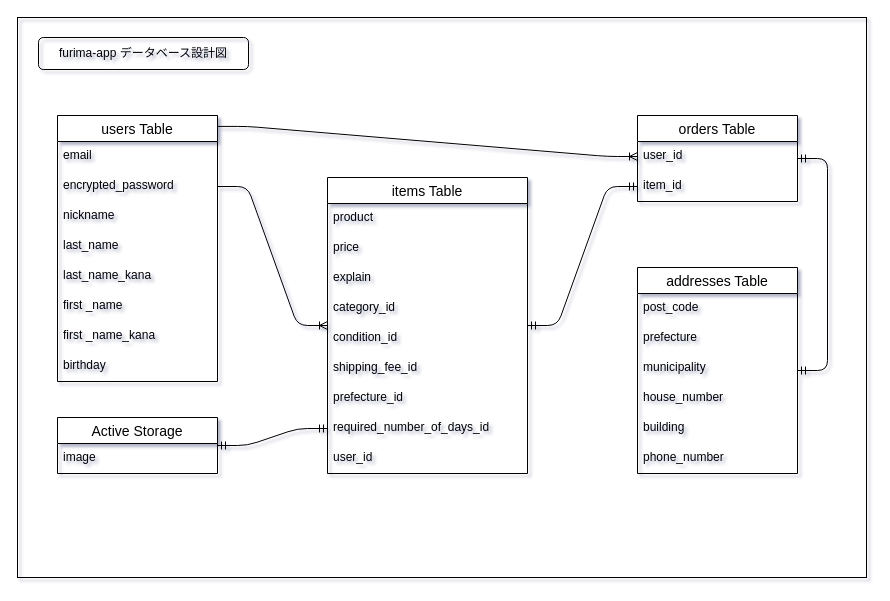
Above: データベース設計（ER図）.drawio in nagai-sho/furima-41496 (draw.io), before the change. Source tidied: cells renumbered, new cells numbered last; positions are measured from the earlier drawing's top-left corner, leaving out a move shared by most shapes. Both pictures are drawn from the tidied source at 100%, with x=0, y=0 at pixel (17, 17).
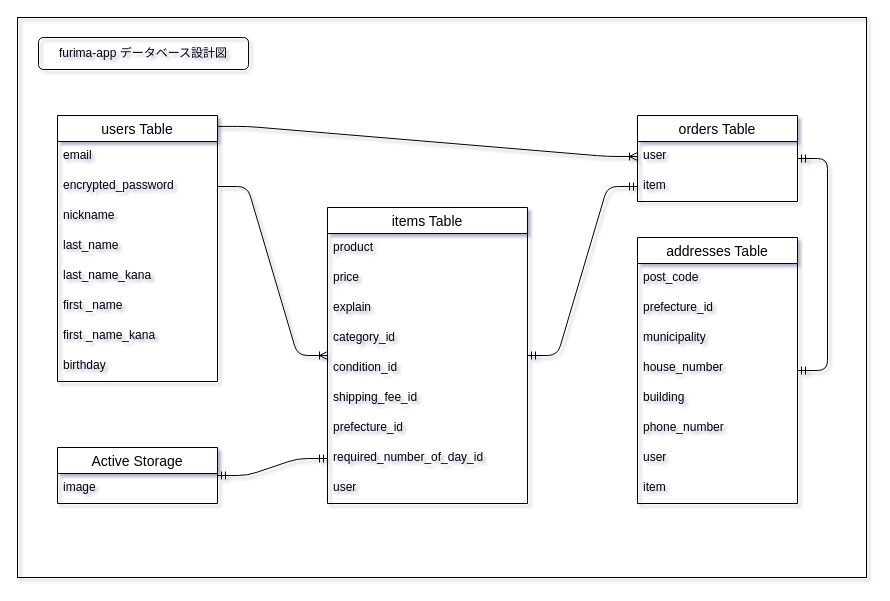
Above is the later version.

Unchanged cells that the change refers to:
```xml
<mxCell id="22" value="orders Table" style="swimlane;fontStyle=0;horizontal=1;startSize=26;align=center;fontSize=14;" parent="1" vertex="1">
  <mxGeometry x="620" y="98" width="160" height="86" as="geometry" />
</mxCell>
```

Diff of the diagram source:
```diff
@@
     <mxCell id="12" value="items Table" style="swimlane;fontStyle=0;horizontal=1;startSize=26;align=center;fontSize=14;" parent="1" vertex="1">
-      <mxGeometry x="310" y="160" width="200" height="296" as="geometry" />
+      <mxGeometry x="310" y="190" width="200" height="296" as="geometry" />
     </mxCell>
@@
-    <mxCell id="20" value="required_number_of_days_id" style="text;strokeColor=none;fillColor=none;spacingLeft=4;spacingRight=4;overflow=hidden;points=[[0,0.5],[1,0.5]];portConstraint=eastwest;fontSize=12;" parent="12" vertex="1">
+    <mxCell id="20" value="required_number_of_day_id" style="text;strokeColor=none;fillColor=none;spacingLeft=4;spacingRight=4;overflow=hidden;points=[[0,0.5],[1,0.5]];portConstraint=eastwest;fontSize=12;" parent="12" vertex="1">
       <mxGeometry y="236" width="200" height="30" as="geometry" />
     </mxCell>
-    <mxCell id="21" value="user_id" style="text;strokeColor=none;fillColor=none;spacingLeft=4;spacingRight=4;overflow=hidden;fontSize=12;" parent="12" vertex="1">
+    <mxCell id="21" value="user" style="text;strokeColor=none;fillColor=none;spacingLeft=4;spacingRight=4;overflow=hidden;fontSize=12;" parent="12" vertex="1">
       <mxGeometry y="266" width="200" height="30" as="geometry" />
     </mxCell>
@@
-    <mxCell id="23" value="user_id" style="text;strokeColor=none;fillColor=none;spacingLeft=4;spacingRight=4;overflow=hidden;points=[[0,0.5],[1,0.5]];portConstraint=eastwest;fontSize=12;" parent="22" vertex="1">
+    <mxCell id="23" value="user" style="text;strokeColor=none;fillColor=none;spacingLeft=4;spacingRight=4;overflow=hidden;points=[[0,0.5],[1,0.5]];portConstraint=eastwest;fontSize=12;" parent="22" vertex="1">
       <mxGeometry y="26" width="160" height="30" as="geometry" />
     </mxCell>
-    <mxCell id="24" value="item_id" style="text;strokeColor=none;fillColor=none;spacingLeft=4;spacingRight=4;overflow=hidden;points=[[0,0.5],[1,0.5]];portConstraint=eastwest;fontSize=12;" parent="22" vertex="1">
+    <mxCell id="24" value="item" style="text;strokeColor=none;fillColor=none;spacingLeft=4;spacingRight=4;overflow=hidden;points=[[0,0.5],[1,0.5]];portConstraint=eastwest;fontSize=12;" parent="22" vertex="1">
       <mxGeometry y="56" width="160" height="30" as="geometry" />
     </mxCell>
@@
     <mxCell id="27" value="Active Storage" style="swimlane;fontStyle=0;horizontal=1;startSize=26;align=center;fontSize=14;" parent="1" vertex="1">
-      <mxGeometry x="40" y="400" width="160" height="56" as="geometry" />
+      <mxGeometry x="40" y="430" width="160" height="56" as="geometry" />
     </mxCell>
@@
     <mxCell id="32" value="addresses Table" style="swimlane;fontStyle=0;horizontal=1;startSize=26;align=center;fontSize=14;" parent="1" vertex="1">
-      <mxGeometry x="620" y="250" width="160" height="206" as="geometry" />
+      <mxGeometry x="620" y="220" width="160" height="266" as="geometry" />
     </mxCell>
@@
-    <mxCell id="34" value="prefecture" style="text;strokeColor=none;fillColor=none;spacingLeft=4;spacingRight=4;overflow=hidden;fontSize=12;" parent="32" vertex="1">
+    <mxCell id="34" value="prefecture_id" style="text;strokeColor=none;fillColor=none;spacingLeft=4;spacingRight=4;overflow=hidden;fontSize=12;" parent="32" vertex="1">
       <mxGeometry y="56" width="160" height="30" as="geometry" />
     </mxCell>
@@
+    <mxCell id="40" value="user" style="text;strokeColor=none;fillColor=none;spacingLeft=4;spacingRight=4;overflow=hidden;fontSize=12;" parent="32" vertex="1">
+      <mxGeometry y="206" width="160" height="30" as="geometry" />
+    </mxCell>
+    <mxCell id="41" value="item" style="text;strokeColor=none;fillColor=none;spacingLeft=4;spacingRight=4;overflow=hidden;fontSize=12;" parent="32" vertex="1">
+      <mxGeometry y="236" width="160" height="30" as="geometry" />
+    </mxCell>
```
